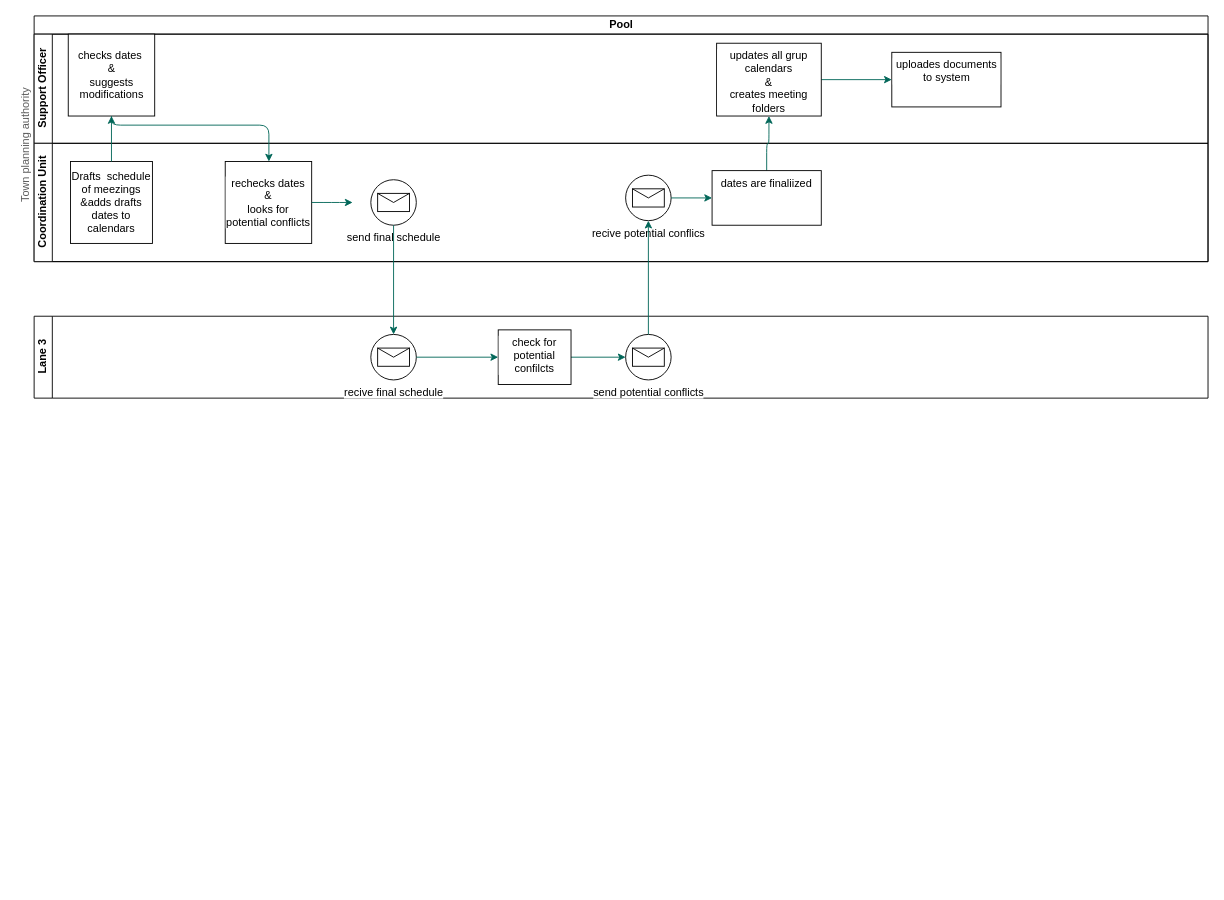
Above: Untitled Diagram2.drawio in MBrigita/financni_praktikum (draw.io), before the change. Source tidied: cells renumbered, new cells numbered last; positions are measured from the earlier drawing's top-left corner, leaving out a move shared by most shapes. Both pictures are drawn from the tidied source at 91%, with x=0, y=0 at pixel (-86, 15).
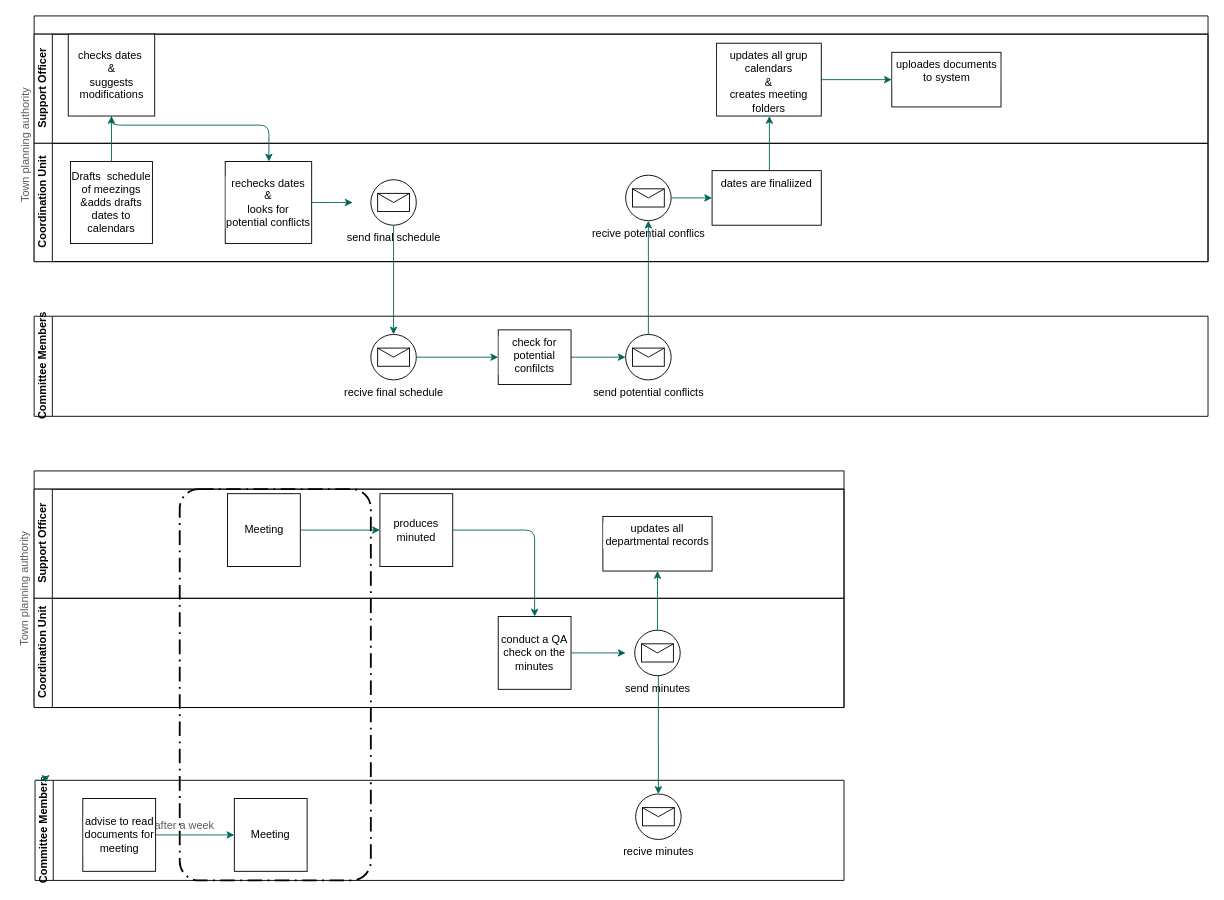
The same page after the edit.

The change refers to these unchanged cells:
```xml
<mxCell id="23" value="dates are finaliized" style="whiteSpace=wrap;html=1;verticalAlign=top;labelBackgroundColor=#ffffff;" parent="1" vertex="1">
  <mxGeometry x="877" y="170" width="120" height="60" as="geometry" />
</mxCell>
<mxCell id="26" value="updates all grup calendars&lt;br&gt;&amp;amp;&lt;br&gt;creates meeting folders" style="whiteSpace=wrap;html=1;verticalAlign=top;labelBackgroundColor=#ffffff;" parent="1" vertex="1">
  <mxGeometry x="882" y="30" width="115" height="80" as="geometry" />
</mxCell>
```

Change to the diagram source:
```diff
@@
-    <mxCell id="2" value="Pool" style="swimlane;html=1;horizontal=1;startSize=20;rounded=0;sketch=0;" parent="1" vertex="1">
+    <mxCell id="2" style="swimlane;html=1;horizontal=1;startSize=20;rounded=0;sketch=0;" parent="1" vertex="1">
       <mxGeometry x="132" width="1290" height="270" as="geometry" />
     </mxCell>
@@
+    <mxCell id="28" style="edgeStyle=orthogonalEdgeStyle;curved=0;rounded=1;sketch=0;jettySize=auto;html=1;exitX=0;exitY=1;exitDx=0;exitDy=0;strokeColor=#006658;fillColor=#21C0A5;fontColor=#5C5C5C;" parent="1" edge="1" source="13">
+      <mxGeometry relative="1" as="geometry">
+        <mxPoint x="132" y="440" as="targetPoint" />
+      </mxGeometry>
+    </mxCell>
-    <mxCell id="13" value="Lane 3" style="swimlane;html=1;startSize=20;horizontal=0;" parent="1" vertex="1">
-      <mxGeometry x="132" y="330" width="1290" height="90" as="geometry" />
+    <mxCell id="13" value="Committee Members" style="swimlane;html=1;startSize=20;horizontal=0;" parent="1" vertex="1">
+      <mxGeometry x="132" y="330" width="1290" height="110" as="geometry" />
     </mxCell>
@@
     <mxCell id="22" style="edgeStyle=orthogonalEdgeStyle;curved=0;rounded=1;sketch=0;jettySize=auto;html=1;strokeColor=#006658;fillColor=#21C0A5;fontColor=#5C5C5C;" parent="1" edge="1" source="23" target="26">
-      <mxGeometry relative="1" as="geometry" />
+      <mxGeometry relative="1" as="geometry">
+        <Array as="points">
+          <mxPoint x="940" y="150" />
+          <mxPoint x="940" y="150" />
+        </Array>
+      </mxGeometry>
     </mxCell>
@@
+    <mxCell id="29" style="swimlane;html=1;horizontal=1;startSize=20;rounded=0;labelBackgroundColor=#FFFFFF;sketch=0;" parent="1" vertex="1">
+      <mxGeometry x="132" y="500" width="890" height="260" as="geometry" />
+    </mxCell>
+    <mxCell id="30" value="Support Officer" style="swimlane;html=1;startSize=20;horizontal=0;" parent="29" vertex="1">
+      <mxGeometry y="20" width="890" height="120" as="geometry" />
+    </mxCell>
+    <mxCell id="31" value="Meeting" style="whiteSpace=wrap;html=1;" parent="30" vertex="1">
+      <mxGeometry x="212.5" y="5" width="80" height="80" as="geometry" />
+    </mxCell>
+    <mxCell id="32" value="produces minuted" style="whiteSpace=wrap;html=1;" parent="30" vertex="1">
+      <mxGeometry x="380" y="5" width="80" height="80" as="geometry" />
+    </mxCell>
+    <mxCell id="33" style="edgeStyle=orthogonalEdgeStyle;curved=0;rounded=1;sketch=0;jettySize=auto;html=1;strokeColor=#006658;fillColor=#21C0A5;fontColor=#5C5C5C;" parent="30" edge="1" source="31" target="32">
+      <mxGeometry relative="1" as="geometry" />
+    </mxCell>
+    <mxCell id="34" value="updates all departmental records" style="whiteSpace=wrap;html=1;rounded=0;verticalAlign=top;labelBackgroundColor=#ffffff;sketch=0;" parent="30" vertex="1">
+      <mxGeometry x="625" y="30" width="120" height="60" as="geometry" />
+    </mxCell>
+    <mxCell id="35" value="Coordination Unit" style="swimlane;html=1;startSize=20;horizontal=0;" parent="29" vertex="1">
+      <mxGeometry y="140" width="890" height="120" as="geometry" />
+    </mxCell>
+    <mxCell id="36" value="conduct a QA check on the minutes" style="whiteSpace=wrap;html=1;" parent="35" vertex="1">
+      <mxGeometry x="510" y="20" width="80" height="80" as="geometry" />
+    </mxCell>
+    <mxCell id="37" value="send minutes" style="shape=mxgraph.bpmn.shape;html=1;verticalLabelPosition=bottom;labelBackgroundColor=#ffffff;verticalAlign=top;align=center;perimeter=ellipsePerimeter;outlineConnect=0;outline=standard;symbol=message;rounded=0;sketch=0;" parent="35" vertex="1">
+      <mxGeometry x="660" y="35" width="50" height="50" as="geometry" />
+    </mxCell>
+    <mxCell id="38" style="rounded=1;arcSize=10;dashed=1;strokeColor=#000000;fillColor=none;gradientColor=none;dashPattern=8 3 1 3;strokeWidth=2;labelBackgroundColor=#FFFFFF;sketch=0;fontColor=#5C5C5C;" parent="35" vertex="1">
+      <mxGeometry x="160" y="-120" width="210" height="430" as="geometry" />
+    </mxCell>
+    <mxCell id="39" value="Meeting" style="whiteSpace=wrap;html=1;rounded=0;labelBackgroundColor=#FFFFFF;sketch=0;" parent="35" vertex="1">
+      <mxGeometry x="220" y="220" width="80" height="80" as="geometry" />
+    </mxCell>
+    <mxCell id="40" value="after a week" style="text;html=1;align=center;verticalAlign=middle;fontColor=#5C5C5C;" parent="35" vertex="1">
+      <mxGeometry x="125" y="240" width="80" height="20" as="geometry" />
+    </mxCell>
+    <mxCell id="41" style="edgeStyle=orthogonalEdgeStyle;curved=0;rounded=1;sketch=0;jettySize=auto;html=1;strokeColor=#006658;fillColor=#21C0A5;fontColor=#5C5C5C;" parent="29" edge="1" source="32" target="36">
+      <mxGeometry relative="1" as="geometry" />
+    </mxCell>
+    <mxCell id="42" style="edgeStyle=orthogonalEdgeStyle;curved=0;rounded=1;sketch=0;jettySize=auto;html=1;strokeColor=#006658;fillColor=#21C0A5;fontColor=#5C5C5C;" parent="29" edge="1" source="37" target="34">
+      <mxGeometry relative="1" as="geometry" />
+    </mxCell>
+    <mxCell id="43" value="Committee Members" style="swimlane;html=1;startSize=20;horizontal=0;" parent="1" vertex="1">
+      <mxGeometry x="133" y="840" width="889" height="110" as="geometry" />
+    </mxCell>
+    <mxCell id="44" value="advise to read documents for meeting" style="whiteSpace=wrap;html=1;rounded=0;labelBackgroundColor=#FFFFFF;sketch=0;" parent="43" vertex="1">
+      <mxGeometry x="52.5" y="20" width="80" height="80" as="geometry" />
+    </mxCell>
+    <mxCell id="45" value="recive minutes" style="shape=mxgraph.bpmn.shape;html=1;verticalLabelPosition=bottom;labelBackgroundColor=#ffffff;verticalAlign=top;align=center;perimeter=ellipsePerimeter;outlineConnect=0;outline=standard;symbol=message;rounded=0;sketch=0;" parent="43" vertex="1">
+      <mxGeometry x="660" y="15" width="50" height="50" as="geometry" />
+    </mxCell>
+    <mxCell id="46" style="edgeStyle=orthogonalEdgeStyle;curved=0;rounded=1;sketch=0;jettySize=auto;html=1;strokeColor=#006658;fillColor=#21C0A5;fontColor=#5C5C5C;" parent="1" edge="1" source="36">
+      <mxGeometry relative="1" as="geometry">
+        <mxPoint x="782" y="700" as="targetPoint" />
+      </mxGeometry>
+    </mxCell>
+    <mxCell id="47" style="edgeStyle=orthogonalEdgeStyle;curved=0;rounded=1;sketch=0;jettySize=auto;html=1;strokeColor=#006658;fillColor=#21C0A5;fontColor=#5C5C5C;" parent="1" edge="1" source="37" target="45">
+      <mxGeometry relative="1" as="geometry">
+        <Array as="points">
+          <mxPoint x="818" y="790" />
+          <mxPoint x="818" y="790" />
+        </Array>
+      </mxGeometry>
+    </mxCell>
+    <mxCell id="48" style="edgeStyle=orthogonalEdgeStyle;curved=0;rounded=1;sketch=0;jettySize=auto;html=1;strokeColor=#006658;fillColor=#21C0A5;fontColor=#5C5C5C;" parent="1" edge="1" source="44" target="39">
+      <mxGeometry relative="1" as="geometry">
+        <Array as="points">
+          <mxPoint x="332" y="900" />
+          <mxPoint x="332" y="900" />
+        </Array>
+      </mxGeometry>
+    </mxCell>
+    <mxCell id="49" style="edgeStyle=orthogonalEdgeStyle;curved=0;rounded=1;sketch=0;orthogonalLoop=1;jettySize=auto;html=1;exitX=0;exitY=0;exitDx=0;exitDy=0;entryX=0.013;entryY=0.025;entryDx=0;entryDy=0;entryPerimeter=0;strokeColor=#006658;fillColor=#21C0A5;fontColor=#5C5C5C;" parent="1" edge="1" source="43" target="43">
+      <mxGeometry relative="1" as="geometry" />
+    </mxCell>
+    <mxCell id="50" value="Town planning authority" style="text;html=1;align=center;verticalAlign=middle;fontColor=#5C5C5C;rotation=-90;" parent="1" vertex="1">
+      <mxGeometry x="52" y="620" width="140" height="20" as="geometry" />
+    </mxCell>
```
